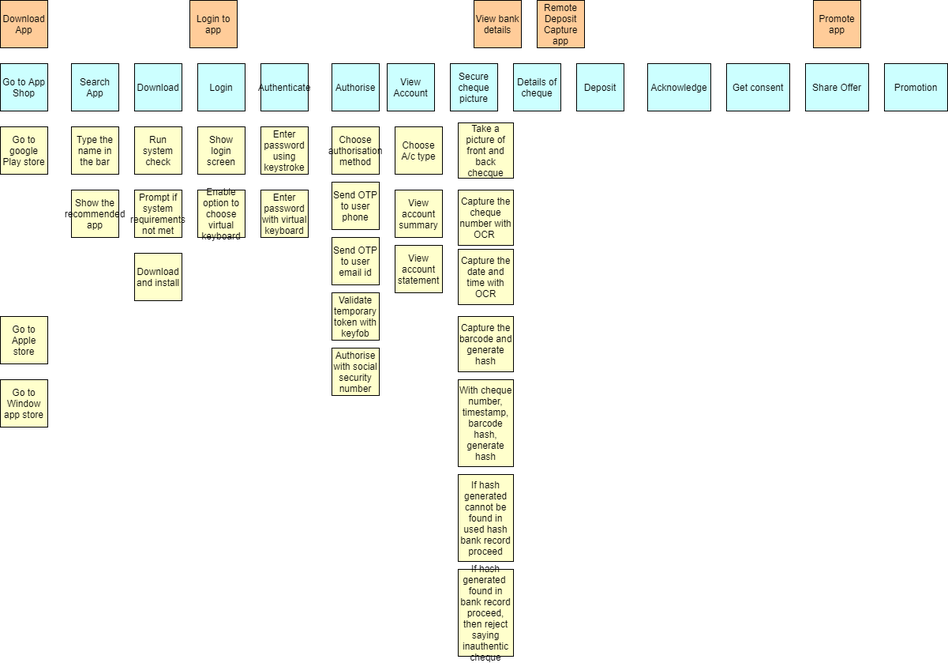
Above: StoryMap.png in sghatak215/shrikanya1 (draw.io), before the change. Source tidied: cells renumbered, new cells last; positions are measured from the earlier drawing's top-left corner, leaving out a move shared by most shapes.
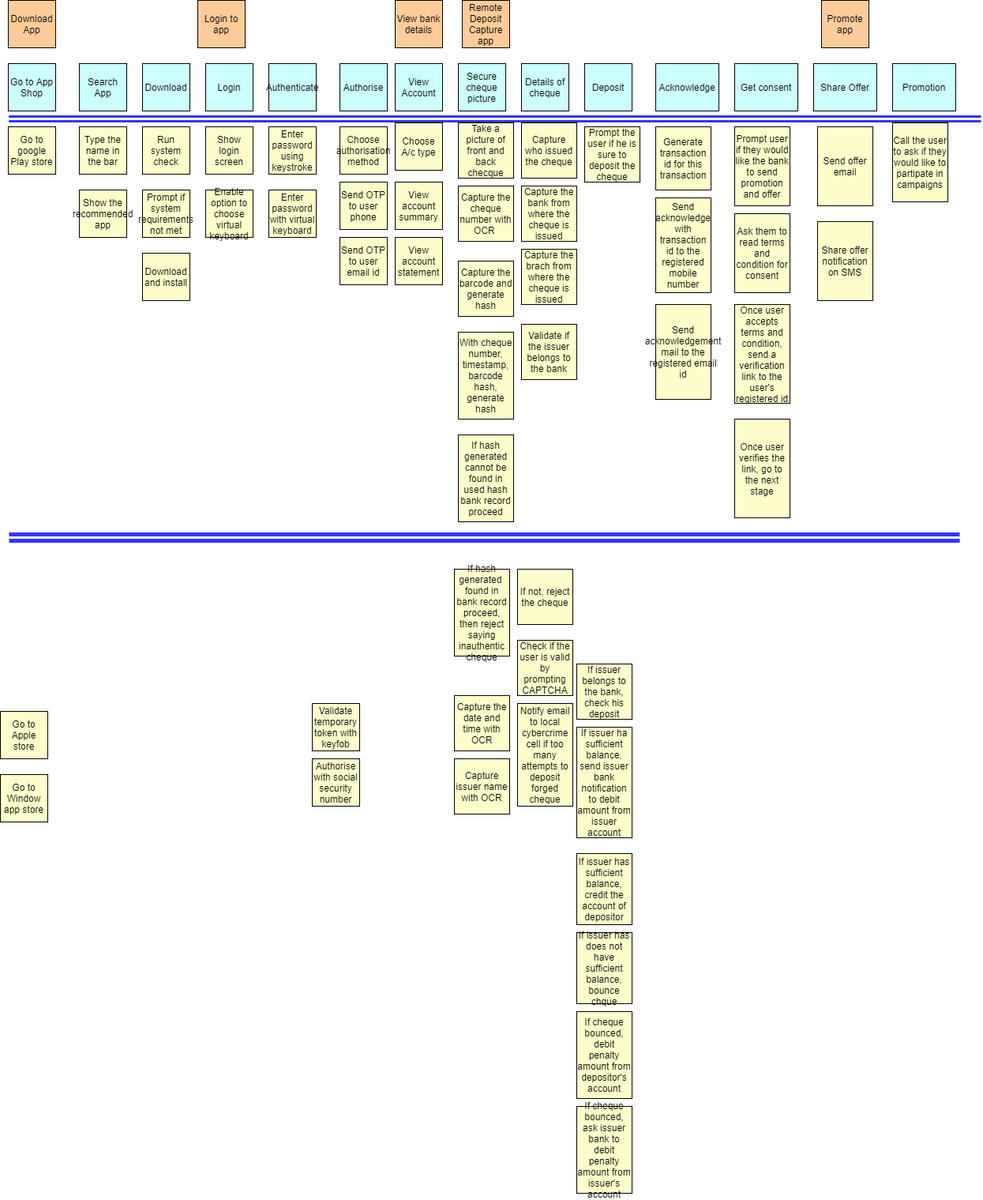
After the commit.

What changed in the source:
```diff
@@ -48,10 +48,10 @@
       <mxGeometry x="240" width="60" height="60" as="geometry" />
     </mxCell>
     <mxCell id="17" value="View bank details" style="rounded=0;whiteSpace=wrap;html=1;fillColor=#FFCC99;" parent="1" vertex="1">
-      <mxGeometry x="600" width="60" height="60" as="geometry" />
+      <mxGeometry x="490" width="60" height="60" as="geometry" />
     </mxCell>
     <mxCell id="18" value="Remote Deposit Capture app" style="rounded=0;whiteSpace=wrap;html=1;fillColor=#FFCC99;" parent="1" vertex="1">
-      <mxGeometry x="680" width="60" height="60" as="geometry" />
+      <mxGeometry x="575" width="60" height="60" as="geometry" />
     </mxCell>
     <mxCell id="19" value="Promote app" style="rounded=0;whiteSpace=wrap;html=1;fillColor=#FFCC99;" parent="1" vertex="1">
       <mxGeometry x="1030" width="60" height="60" as="geometry" />
@@ -60,10 +60,10 @@
       <mxGeometry y="160" width="60" height="60" as="geometry" />
     </mxCell>
     <mxCell id="21" value="Go to Apple store" style="rounded=0;whiteSpace=wrap;html=1;fillColor=#FFFFCC;" parent="1" vertex="1">
-      <mxGeometry y="400" width="60" height="60" as="geometry" />
+      <mxGeometry x="-10" y="900" width="60" height="60" as="geometry" />
     </mxCell>
     <mxCell id="22" value="Go to Window app store" style="rounded=0;whiteSpace=wrap;html=1;fillColor=#FFFFCC;" parent="1" vertex="1">
-      <mxGeometry y="480" width="60" height="60" as="geometry" />
+      <mxGeometry x="-10" y="980" width="60" height="60" as="geometry" />
     </mxCell>
     <mxCell id="23" value="Type the name in the bar" style="rounded=0;whiteSpace=wrap;html=1;fillColor=#FFFFCC;" parent="1" vertex="1">
       <mxGeometry x="90" y="160" width="60" height="60" as="geometry" />
@@ -99,7 +99,7 @@
       <mxGeometry x="420" y="300" width="60" height="60" as="geometry" />
     </mxCell>
     <mxCell id="34" value="Validate temporary token with keyfob" style="rounded=0;whiteSpace=wrap;html=1;fillColor=#FFFFCC;" parent="1" vertex="1">
-      <mxGeometry x="420" y="370" width="60" height="60" as="geometry" />
+      <mxGeometry x="385" y="890" width="60" height="60" as="geometry" />
     </mxCell>
     <mxCell id="35" value="Enable option to choose virtual keyboard" style="rounded=0;whiteSpace=wrap;html=1;fillColor=#FFFFCC;" parent="1" vertex="1">
       <mxGeometry x="250" y="240" width="60" height="60" as="geometry" />
@@ -108,37 +108,130 @@
       <mxGeometry x="420" y="160" width="60" height="60" as="geometry" />
     </mxCell>
     <mxCell id="37" value="Authorise with social security number" style="rounded=0;whiteSpace=wrap;html=1;fillColor=#FFFFCC;" parent="1" vertex="1">
-      <mxGeometry x="420" y="440" width="60" height="60" as="geometry" />
+      <mxGeometry x="385" y="960" width="60" height="60" as="geometry" />
     </mxCell>
     <mxCell id="38" value="Choose A/c type" style="whiteSpace=wrap;html=1;fillColor=#FFFFCC;" parent="1" vertex="1">
-      <mxGeometry x="500" y="160" width="60" height="60" as="geometry" />
+      <mxGeometry x="490" y="155" width="60" height="60" as="geometry" />
     </mxCell>
     <mxCell id="39" value="View account summary" style="whiteSpace=wrap;html=1;fillColor=#FFFFCC;" parent="1" vertex="1">
-      <mxGeometry x="500" y="240" width="60" height="60" as="geometry" />
+      <mxGeometry x="490" y="230" width="60" height="60" as="geometry" />
     </mxCell>
     <mxCell id="40" value="View account statement" style="whiteSpace=wrap;html=1;fillColor=#FFFFCC;" parent="1" vertex="1">
-      <mxGeometry x="500" y="310" width="60" height="60" as="geometry" />
+      <mxGeometry x="490" y="300" width="60" height="60" as="geometry" />
     </mxCell>
     <mxCell id="41" value="Capture the cheque number with OCR&amp;nbsp;" style="whiteSpace=wrap;html=1;fillColor=#FFFFCC;" parent="1" vertex="1">
-      <mxGeometry x="580" y="240" width="70" height="70" as="geometry" />
+      <mxGeometry x="570" y="235" width="70" height="70" as="geometry" />
     </mxCell>
     <mxCell id="42" value="Capture the date and time with OCR" style="whiteSpace=wrap;html=1;fillColor=#FFFFCC;" parent="1" vertex="1">
-      <mxGeometry x="580" y="315" width="70" height="70" as="geometry" />
+      <mxGeometry x="565" y="880" width="70" height="70" as="geometry" />
     </mxCell>
     <mxCell id="43" value="Capture the barcode and generate hash&lt;br&gt;" style="whiteSpace=wrap;html=1;fillColor=#FFFFCC;" parent="1" vertex="1">
-      <mxGeometry x="580" y="400" width="70" height="70" as="geometry" />
+      <mxGeometry x="570" y="330" width="70" height="70" as="geometry" />
     </mxCell>
     <mxCell id="44" value="With cheque number, timestamp, barcode hash, generate hash&lt;br&gt;" style="whiteSpace=wrap;html=1;fillColor=#FFFFCC;" parent="1" vertex="1">
-      <mxGeometry x="580" y="480" width="70" height="110" as="geometry" />
+      <mxGeometry x="570" y="420" width="70" height="110" as="geometry" />
     </mxCell>
     <mxCell id="45" value="If hash generated cannot be found in used hash bank record proceed" style="whiteSpace=wrap;html=1;fillColor=#FFFFCC;" parent="1" vertex="1">
-      <mxGeometry x="580" y="600" width="70" height="110" as="geometry" />
+      <mxGeometry x="570" y="550" width="70" height="110" as="geometry" />
     </mxCell>
     <mxCell id="46" value="If hash generated&amp;nbsp; found in bank record proceed, then reject saying inauthentic cheque" style="whiteSpace=wrap;html=1;fillColor=#FFFFCC;" parent="1" vertex="1">
-      <mxGeometry x="580" y="720" width="70" height="110" as="geometry" />
+      <mxGeometry x="565" y="720" width="70" height="110" as="geometry" />
     </mxCell>
     <mxCell id="47" value="Take a picture of front and back checque" style="whiteSpace=wrap;html=1;fillColor=#FFFFCC;" parent="1" vertex="1">
-      <mxGeometry x="580" y="155" width="70" height="70" as="geometry" />
+      <mxGeometry x="570" y="155" width="70" height="70" as="geometry" />
     </mxCell>
+    <mxCell id="48" value="Capture who issued the cheque" style="whiteSpace=wrap;html=1;fillColor=#FFFFCC;" parent="1" vertex="1">
+      <mxGeometry x="650" y="155" width="70" height="70" as="geometry" />
+    </mxCell>
+    <mxCell id="49" value="Capture the bank from where the cheque is issued" style="whiteSpace=wrap;html=1;fillColor=#FFFFCC;" parent="1" vertex="1">
+      <mxGeometry x="650" y="235" width="70" height="70" as="geometry" />
+    </mxCell>
+    <mxCell id="50" value="Capture the brach from where the cheque is issued" style="whiteSpace=wrap;html=1;fillColor=#FFFFCC;" parent="1" vertex="1">
+      <mxGeometry x="650" y="315" width="70" height="70" as="geometry" />
+    </mxCell>
+    <mxCell id="51" value="Validate if the issuer belongs to the bank" style="whiteSpace=wrap;html=1;fillColor=#FFFFCC;" parent="1" vertex="1">
+      <mxGeometry x="650" y="410" width="70" height="70" as="geometry" />
+    </mxCell>
+    <mxCell id="52" value="If not, reject the cheque" style="whiteSpace=wrap;html=1;fillColor=#FFFFCC;" parent="1" vertex="1">
+      <mxGeometry x="645" y="720" width="70" height="70" as="geometry" />
+    </mxCell>
+    <mxCell id="53" value="If issuer belongs to the bank, check his deposit" style="whiteSpace=wrap;html=1;fillColor=#FFFFCC;" parent="1" vertex="1">
+      <mxGeometry x="720" y="840" width="70" height="70" as="geometry" />
+    </mxCell>
+    <mxCell id="54" value="If issuer ha sufficient balance, send issuer bank notification to debit amount from issuer account" style="whiteSpace=wrap;html=1;fillColor=#FFFFCC;" parent="1" vertex="1">
+      <mxGeometry x="720" y="920" width="70" height="140" as="geometry" />
+    </mxCell>
+    <mxCell id="55" value="If issuer has sufficient balance, credit the account of depositor" style="whiteSpace=wrap;html=1;fillColor=#FFFFCC;" parent="1" vertex="1">
+      <mxGeometry x="720" y="1080" width="70" height="90" as="geometry" />
+    </mxCell>
+    <mxCell id="56" value="If issuer has does not have sufficient balance, bounce chque" style="whiteSpace=wrap;html=1;fillColor=#FFFFCC;" parent="1" vertex="1">
+      <mxGeometry x="720" y="1180" width="70" height="90" as="geometry" />
+    </mxCell>
+    <mxCell id="57" value="If cheque bounced, debit penalty amount from depositor's account" style="whiteSpace=wrap;html=1;fillColor=#FFFFCC;" parent="1" vertex="1">
+      <mxGeometry x="720" y="1280" width="70" height="110" as="geometry" />
+    </mxCell>
+    <mxCell id="58" value="If cheque bounced, ask issuer bank to debit penalty amount from issuer's account" style="whiteSpace=wrap;html=1;fillColor=#FFFFCC;" parent="1" vertex="1">
+      <mxGeometry x="720" y="1400" width="70" height="110" as="geometry" />
+    </mxCell>
+    <mxCell id="59" value="Generate transaction id for this transaction" style="whiteSpace=wrap;html=1;fillColor=#FFFFCC;" parent="1" vertex="1">
+      <mxGeometry x="820" y="160" width="70" height="80" as="geometry" />
+    </mxCell>
+    <mxCell id="60" value="Prompt the user if he is sure to deposit the cheque" style="whiteSpace=wrap;html=1;fillColor=#FFFFCC;" parent="1" vertex="1">
+      <mxGeometry x="730" y="160" width="70" height="70" as="geometry" />
+    </mxCell>
+    <mxCell id="61" value="Send acknowledge&lt;br&gt;with transaction id to the registered mobile number" style="whiteSpace=wrap;html=1;fillColor=#FFFFCC;" parent="1" vertex="1">
+      <mxGeometry x="820" y="250" width="70" height="120" as="geometry" />
+    </mxCell>
+    <mxCell id="62" value="Send acknowledgement mail to the registered email id" style="whiteSpace=wrap;html=1;fillColor=#FFFFCC;" parent="1" vertex="1">
+      <mxGeometry x="820" y="385" width="70" height="120" as="geometry" />
+    </mxCell>
+    <mxCell id="63" value="Prompt user if they would like the bank to send promotion and offer" style="whiteSpace=wrap;html=1;fillColor=#FFFFCC;" parent="1" vertex="1">
+      <mxGeometry x="920" y="160" width="70" height="100" as="geometry" />
+    </mxCell>
+    <mxCell id="64" value="Ask them to read terms and condition for consent" style="whiteSpace=wrap;html=1;fillColor=#FFFFCC;" parent="1" vertex="1">
+      <mxGeometry x="920" y="270" width="70" height="100" as="geometry" />
+    </mxCell>
+    <mxCell id="65" value="Once user accepts terms and condition, send a verification link to the user's registered id" style="whiteSpace=wrap;html=1;fillColor=#FFFFCC;" parent="1" vertex="1">
+      <mxGeometry x="920" y="385" width="70" height="125" as="geometry" />
+    </mxCell>
+    <mxCell id="66" value="Once user verifies the link, go to the next stage" style="whiteSpace=wrap;html=1;fillColor=#FFFFCC;" parent="1" vertex="1">
+      <mxGeometry x="920" y="530" width="70" height="125" as="geometry" />
+    </mxCell>
+    <mxCell id="67" value="Send offer email" style="whiteSpace=wrap;html=1;fillColor=#FFFFCC;" parent="1" vertex="1">
+      <mxGeometry x="1025" y="160" width="70" height="100" as="geometry" />
+    </mxCell>
+    <mxCell id="68" value="Share offer notification on SMS" style="whiteSpace=wrap;html=1;fillColor=#FFFFCC;" parent="1" vertex="1">
+      <mxGeometry x="1025" y="280" width="70" height="100" as="geometry" />
+    </mxCell>
+    <mxCell id="69" value="Call the user to ask if they would like to partipate in campaigns" style="whiteSpace=wrap;html=1;fillColor=#FFFFCC;" parent="1" vertex="1">
+      <mxGeometry x="1120" y="155" width="70" height="100" as="geometry" />
+    </mxCell>
+    <mxCell id="70" value="Capture issuer name with OCR" style="whiteSpace=wrap;html=1;fillColor=#FFFFCC;" parent="1" vertex="1">
+      <mxGeometry x="565" y="960" width="70" height="70" as="geometry" />
+    </mxCell>
+    <mxCell id="71" value="Check if the user is valid by prompting CAPTCHA" style="whiteSpace=wrap;html=1;fillColor=#FFFFCC;" parent="1" vertex="1">
+      <mxGeometry x="645" y="810" width="70" height="70" as="geometry" />
+    </mxCell>
+    <mxCell id="72" value="Notify email to local cybercrime cell if too many attempts to deposit forged cheque" style="whiteSpace=wrap;html=1;fillColor=#FFFFCC;" parent="1" vertex="1">
+      <mxGeometry x="645" y="890" width="70" height="130" as="geometry" />
+    </mxCell>
+    <mxCell id="73" style="shape=link;html=1;strokeColor=#3333FF;shadow=0;strokeWidth=5;" parent="1" edge="1">
+      <mxGeometry relative="1" as="geometry">
+        <mxPoint x="1" y="680" as="sourcePoint" />
+        <mxPoint x="1205" y="680" as="targetPoint" />
+        <Array as="points">
+          <mxPoint x="1135" y="680" />
+        </Array>
+      </mxGeometry>
+    </mxCell>
+    <mxCell id="74" style="shape=link;html=1;fontColor=#3333FF;labelBackgroundColor=#3333FF;strokeColor=#3333FF;strokeWidth=3;" parent="1" edge="1">
+      <mxGeometry relative="1" as="geometry">
+        <mxPoint x="0.7" y="150" as="sourcePoint" />
+        <mxPoint x="1232" y="150" as="targetPoint" />
+        <Array as="points">
+          <mxPoint x="370" y="150" />
+        </Array>
+      </mxGeometry>
+    </mxCell>
   </root>
 </mxGraphModel>
```
